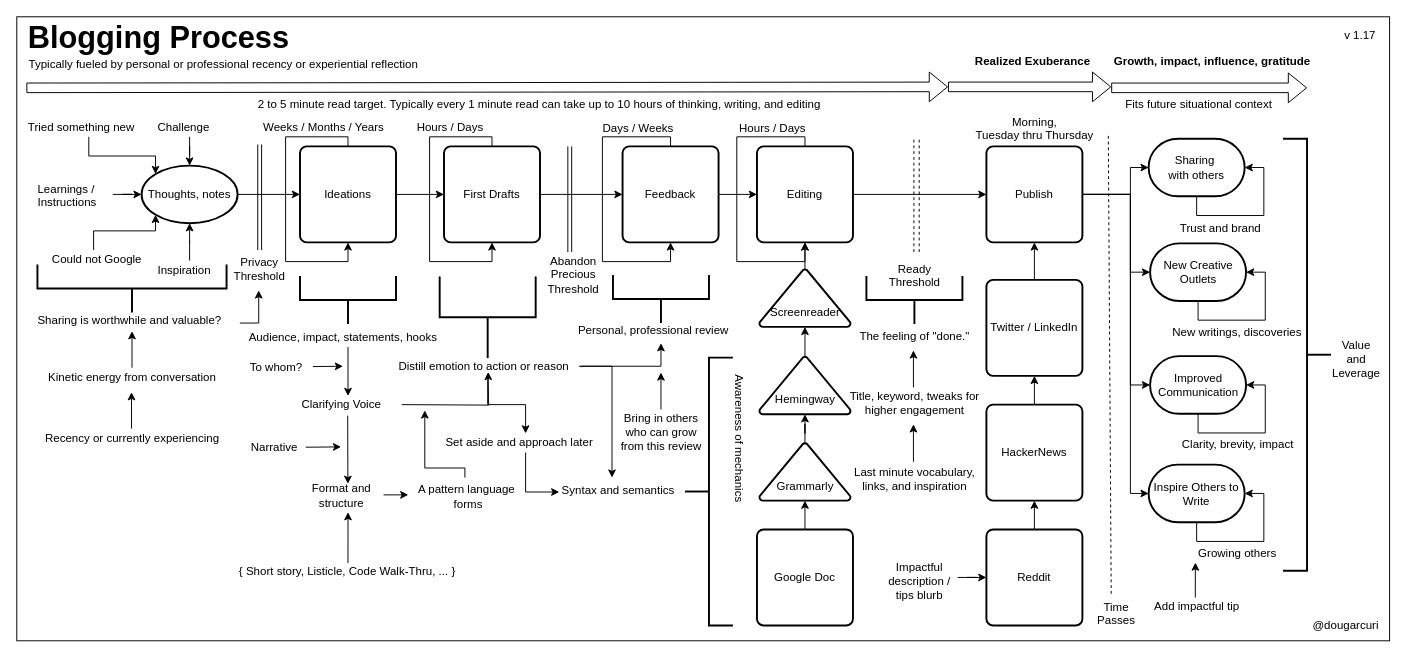
This is mentoring/diagrams/blogging-process.drawio from solidi/learning-notes, a draw.io file, before an edit. Source tidied: cells renumbered, new cells numbered last; positions are measured from the earlier drawing's top-left corner, leaving out a move shared by most shapes. Both pictures are drawn from the tidied source at 96%, with x=0, y=0 at pixel (16, 16).
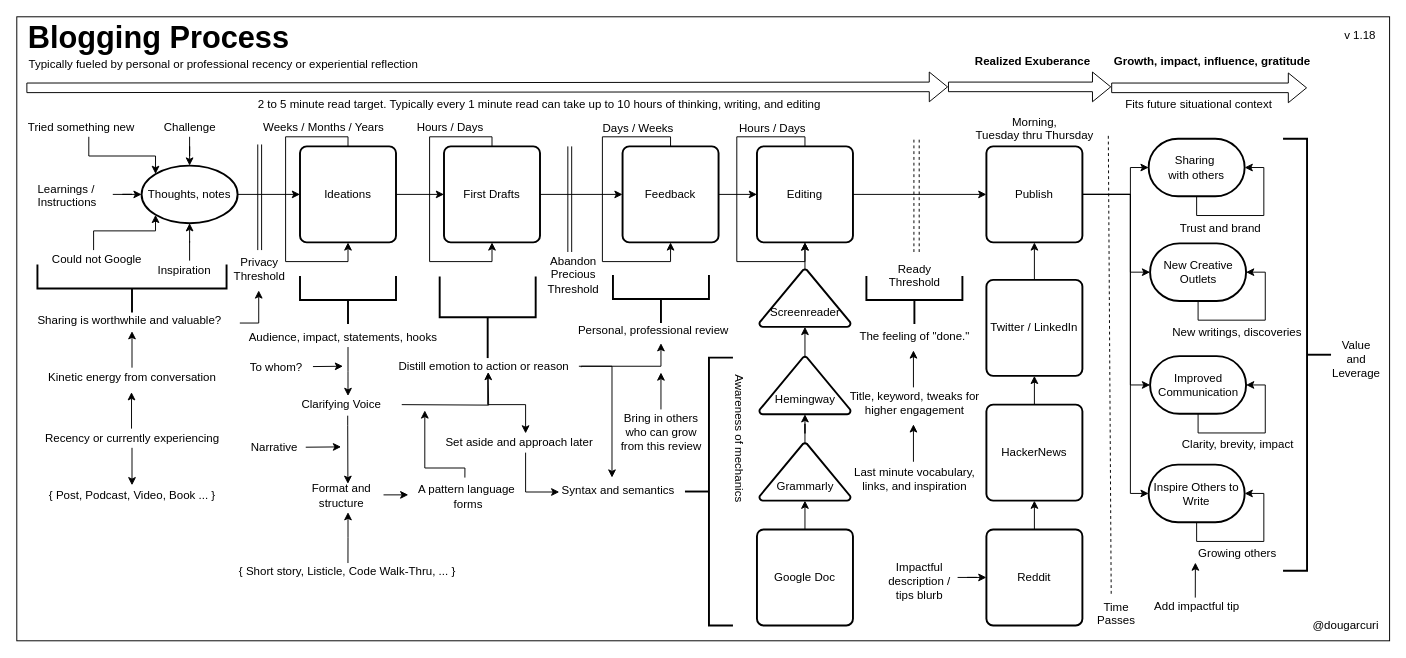
The same diagram, later.

Commit message (it also covers changes not shown here):
Add sources to blogging diagram

The change refers to these unchanged cells:
```xml
<mxCell id="123" value="Recency or currently experiencing" style="text;html=1;points=[];align=center;verticalAlign=top;spacingTop=-4;" parent="1" vertex="1">
  <mxGeometry x="20" y="429" width="200" height="20" as="geometry" />
</mxCell>
```

What changed in the source:
```diff
@@
-    <mxCell id="70" value="Challenge" style="text;html=1;points=[];align=left;verticalAlign=top;spacingTop=-4;" parent="1" vertex="1">
+    <mxCell id="70" value="Challenge" style="text;html=1;points=[];align=center;verticalAlign=top;spacingTop=-4;" parent="1" vertex="1">
       <mxGeometry x="145" y="105" width="70" height="20" as="geometry" />
     </mxCell>
@@
-    <mxCell id="121" value="v 1.17" style="text;html=1;align=center;verticalAlign=middle;" parent="1" vertex="1">
+    <mxCell id="121" value="v 1.18" style="text;html=1;align=center;verticalAlign=middle;" parent="1" vertex="1">
       <mxGeometry x="1374" y="10" width="50" height="20" as="geometry" />
     </mxCell>
@@
+    <mxCell id="132" style="edgeStyle=orthogonalEdgeStyle;rounded=0;jettySize=auto;html=1;entryX=0.5;entryY=-0.05;entryDx=0;entryDy=0;entryPerimeter=0;" parent="1" edge="1" source="123" target="133">
+      <mxGeometry relative="1" as="geometry" />
+    </mxCell>
@@
+    <mxCell id="133" value="{ Post, Podcast, Video, Book ... }" style="text;html=1;align=center;verticalAlign=middle;points=[];" parent="1" vertex="1">
+      <mxGeometry x="25" y="489" width="190" height="20" as="geometry" />
+    </mxCell>
```
